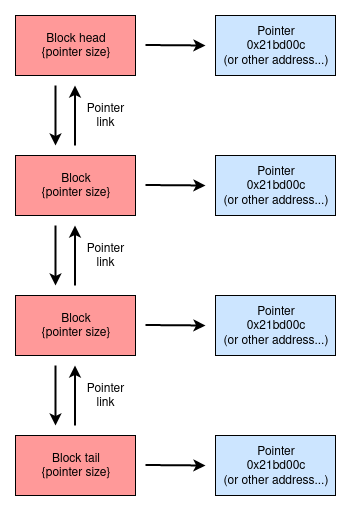
The draw.io diagram schema.png in Kbz-8/KAS, before a commit. Source tidied: cells renumbered, new cells last; positions are measured from the earlier drawing's top-left corner, leaving out a move shared by most shapes.
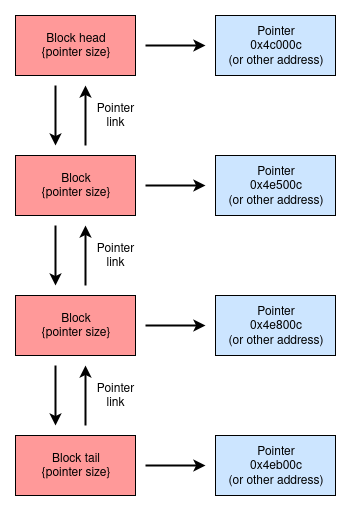
The same diagram one commit later.

Commit message:
modifying diagram

What changed in the source:
```diff
@@ -5,95 +5,95 @@
     <mxCell id="2" value="&lt;div&gt;Block head&lt;/div&gt;&lt;div&gt;{pointer size}&lt;br&gt;&lt;/div&gt;" style="rounded=0;whiteSpace=wrap;html=1;fillColor=#FF9999;" parent="1" vertex="1">
       <mxGeometry width="120" height="60" as="geometry" />
     </mxCell>
-    <mxCell id="3" style="endArrow=classic;html=1;strokeWidth=2;" parent="1" edge="1">
-      <mxGeometry relative="1" as="geometry">
-        <mxPoint x="130" y="29.5" as="sourcePoint" />
-        <mxPoint x="190" y="30" as="targetPoint" />
-      </mxGeometry>
-    </mxCell>
-    <mxCell id="4" value="&lt;div&gt;Pointer&lt;/div&gt;&lt;div&gt;0x21bd00c&lt;/div&gt;&lt;div&gt;(or other address...)&lt;br&gt;&lt;/div&gt;" style="rounded=0;whiteSpace=wrap;html=1;fillColor=#CCE5FF;" parent="1" vertex="1">
-      <mxGeometry x="200" width="120" height="60" as="geometry" />
-    </mxCell>
-    <mxCell id="5" style="endArrow=classic;html=1;strokeWidth=2;" parent="1" edge="1">
-      <mxGeometry relative="1" as="geometry">
-        <mxPoint x="40" y="70" as="sourcePoint" />
-        <mxPoint x="40" y="130" as="targetPoint" />
-      </mxGeometry>
-    </mxCell>
-    <mxCell id="6" style="endArrow=classic;html=1;strokeWidth=2;" parent="1" edge="1">
-      <mxGeometry relative="1" as="geometry">
-        <mxPoint x="59.5" y="130" as="sourcePoint" />
-        <mxPoint x="59.5" y="70" as="targetPoint" />
-      </mxGeometry>
-    </mxCell>
-    <mxCell id="7" value="Pointer link" style="text;html=1;strokeColor=none;fillColor=none;align=center;verticalAlign=middle;whiteSpace=wrap;rounded=0;" parent="1" vertex="1">
-      <mxGeometry x="70" y="90" width="40" height="20" as="geometry" />
-    </mxCell>
+    <mxCell id="23" style="endArrow=classic;html=1;strokeWidth=2;" parent="1" edge="1">
+      <mxGeometry relative="1" as="geometry">
+        <mxPoint x="130" y="30" as="sourcePoint" />
+        <mxPoint x="190" y="30" as="targetPoint" />
+      </mxGeometry>
+    </mxCell>
+    <mxCell id="24" value="&lt;div&gt;Pointer&lt;/div&gt;&lt;div&gt;0x4c000c&lt;/div&gt;&lt;div&gt;(or other address)&lt;br&gt;&lt;/div&gt;" style="rounded=0;whiteSpace=wrap;html=1;fillColor=#CCE5FF;" parent="1" vertex="1">
+      <mxGeometry x="200" width="120" height="60" as="geometry" />
+    </mxCell>
+    <mxCell id="25" style="endArrow=classic;html=1;strokeWidth=2;" parent="1" edge="1">
+      <mxGeometry relative="1" as="geometry">
+        <mxPoint x="40" y="70" as="sourcePoint" />
+        <mxPoint x="40" y="130" as="targetPoint" />
+      </mxGeometry>
+    </mxCell>
+    <mxCell id="26" style="endArrow=classic;html=1;strokeWidth=2;" parent="1" edge="1">
+      <mxGeometry relative="1" as="geometry">
+        <mxPoint x="70" y="130" as="sourcePoint" />
+        <mxPoint x="70" y="70" as="targetPoint" />
+      </mxGeometry>
+    </mxCell>
+    <mxCell id="27" value="Pointer link" style="text;html=1;strokeColor=none;fillColor=none;align=center;verticalAlign=middle;whiteSpace=wrap;rounded=0;" parent="1" vertex="1">
+      <mxGeometry x="80" y="90" width="40" height="20" as="geometry" />
+    </mxCell>
     <mxCell id="8" value="&lt;div&gt;Block&lt;br&gt;&lt;/div&gt;&lt;div&gt;{pointer size}&lt;br&gt;&lt;/div&gt;" style="rounded=0;whiteSpace=wrap;html=1;fillColor=#FF9999;" parent="1" vertex="1">
       <mxGeometry y="140" width="120" height="60" as="geometry" />
     </mxCell>
-    <mxCell id="9" style="endArrow=classic;html=1;strokeWidth=2;" parent="1" edge="1">
-      <mxGeometry relative="1" as="geometry">
-        <mxPoint x="130" y="169.5" as="sourcePoint" />
-        <mxPoint x="190" y="170" as="targetPoint" />
-      </mxGeometry>
-    </mxCell>
-    <mxCell id="10" value="&lt;div&gt;Pointer&lt;/div&gt;&lt;div&gt;0x21bd00c&lt;/div&gt;&lt;div&gt;(or other address...)&lt;br&gt;&lt;/div&gt;" style="rounded=0;whiteSpace=wrap;html=1;fillColor=#CCE5FF;" parent="1" vertex="1">
-      <mxGeometry x="200" y="140" width="120" height="60" as="geometry" />
-    </mxCell>
-    <mxCell id="11" style="endArrow=classic;html=1;strokeWidth=2;" parent="1" edge="1">
-      <mxGeometry relative="1" as="geometry">
-        <mxPoint x="40" y="210" as="sourcePoint" />
-        <mxPoint x="40" y="270" as="targetPoint" />
-      </mxGeometry>
-    </mxCell>
-    <mxCell id="12" style="endArrow=classic;html=1;strokeWidth=2;" parent="1" edge="1">
-      <mxGeometry relative="1" as="geometry">
-        <mxPoint x="59.5" y="270" as="sourcePoint" />
-        <mxPoint x="59.5" y="210" as="targetPoint" />
-      </mxGeometry>
-    </mxCell>
-    <mxCell id="13" value="Pointer link" style="text;html=1;strokeColor=none;fillColor=none;align=center;verticalAlign=middle;whiteSpace=wrap;rounded=0;" parent="1" vertex="1">
-      <mxGeometry x="70" y="230" width="40" height="20" as="geometry" />
-    </mxCell>
+    <mxCell id="28" style="endArrow=classic;html=1;strokeWidth=2;" parent="1" edge="1">
+      <mxGeometry relative="1" as="geometry">
+        <mxPoint x="130" y="170" as="sourcePoint" />
+        <mxPoint x="190" y="170" as="targetPoint" />
+      </mxGeometry>
+    </mxCell>
+    <mxCell id="29" value="&lt;div&gt;Pointer&lt;/div&gt;&lt;div&gt;0x4e500c&lt;/div&gt;&lt;div&gt;(or other address)&lt;br&gt;&lt;/div&gt;" style="rounded=0;whiteSpace=wrap;html=1;fillColor=#CCE5FF;" parent="1" vertex="1">
+      <mxGeometry x="200" y="140" width="120" height="60" as="geometry" />
+    </mxCell>
+    <mxCell id="30" style="endArrow=classic;html=1;strokeWidth=2;" parent="1" edge="1">
+      <mxGeometry relative="1" as="geometry">
+        <mxPoint x="40" y="210" as="sourcePoint" />
+        <mxPoint x="40" y="270" as="targetPoint" />
+      </mxGeometry>
+    </mxCell>
+    <mxCell id="31" style="endArrow=classic;html=1;strokeWidth=2;" parent="1" edge="1">
+      <mxGeometry relative="1" as="geometry">
+        <mxPoint x="70" y="270" as="sourcePoint" />
+        <mxPoint x="70" y="210" as="targetPoint" />
+      </mxGeometry>
+    </mxCell>
+    <mxCell id="32" value="Pointer link" style="text;html=1;strokeColor=none;fillColor=none;align=center;verticalAlign=middle;whiteSpace=wrap;rounded=0;" parent="1" vertex="1">
+      <mxGeometry x="80" y="230" width="40" height="20" as="geometry" />
+    </mxCell>
     <mxCell id="14" value="&lt;div&gt;Block&lt;br&gt;&lt;/div&gt;&lt;div&gt;{pointer size}&lt;br&gt;&lt;/div&gt;" style="rounded=0;whiteSpace=wrap;html=1;fillColor=#FF9999;" parent="1" vertex="1">
       <mxGeometry y="280" width="120" height="60" as="geometry" />
     </mxCell>
-    <mxCell id="15" style="endArrow=classic;html=1;strokeWidth=2;" parent="1" edge="1">
-      <mxGeometry relative="1" as="geometry">
-        <mxPoint x="130" y="309.5" as="sourcePoint" />
-        <mxPoint x="190" y="310" as="targetPoint" />
-      </mxGeometry>
-    </mxCell>
-    <mxCell id="16" value="&lt;div&gt;Pointer&lt;/div&gt;&lt;div&gt;0x21bd00c&lt;/div&gt;&lt;div&gt;(or other address...)&lt;br&gt;&lt;/div&gt;" style="rounded=0;whiteSpace=wrap;html=1;fillColor=#CCE5FF;" parent="1" vertex="1">
-      <mxGeometry x="200" y="280" width="120" height="60" as="geometry" />
-    </mxCell>
-    <mxCell id="17" style="endArrow=classic;html=1;strokeWidth=2;" parent="1" edge="1">
-      <mxGeometry relative="1" as="geometry">
-        <mxPoint x="40" y="350" as="sourcePoint" />
-        <mxPoint x="40" y="410" as="targetPoint" />
-      </mxGeometry>
-    </mxCell>
-    <mxCell id="18" style="endArrow=classic;html=1;strokeWidth=2;" parent="1" edge="1">
-      <mxGeometry relative="1" as="geometry">
-        <mxPoint x="59.5" y="410" as="sourcePoint" />
-        <mxPoint x="59.5" y="350" as="targetPoint" />
-      </mxGeometry>
-    </mxCell>
-    <mxCell id="19" value="Pointer link" style="text;html=1;strokeColor=none;fillColor=none;align=center;verticalAlign=middle;whiteSpace=wrap;rounded=0;" parent="1" vertex="1">
-      <mxGeometry x="70" y="370" width="40" height="20" as="geometry" />
-    </mxCell>
+    <mxCell id="33" style="endArrow=classic;html=1;strokeWidth=2;" parent="1" edge="1">
+      <mxGeometry relative="1" as="geometry">
+        <mxPoint x="130" y="310" as="sourcePoint" />
+        <mxPoint x="190" y="310" as="targetPoint" />
+      </mxGeometry>
+    </mxCell>
+    <mxCell id="34" value="&lt;div&gt;Pointer&lt;/div&gt;&lt;div&gt;0x4e800c&lt;/div&gt;&lt;div&gt;(or other address)&lt;br&gt;&lt;/div&gt;" style="rounded=0;whiteSpace=wrap;html=1;fillColor=#CCE5FF;" parent="1" vertex="1">
+      <mxGeometry x="200" y="280" width="120" height="60" as="geometry" />
+    </mxCell>
+    <mxCell id="35" style="endArrow=classic;html=1;strokeWidth=2;" parent="1" edge="1">
+      <mxGeometry relative="1" as="geometry">
+        <mxPoint x="40" y="350" as="sourcePoint" />
+        <mxPoint x="40" y="410" as="targetPoint" />
+      </mxGeometry>
+    </mxCell>
+    <mxCell id="36" style="endArrow=classic;html=1;strokeWidth=2;" parent="1" edge="1">
+      <mxGeometry relative="1" as="geometry">
+        <mxPoint x="70" y="410" as="sourcePoint" />
+        <mxPoint x="70" y="350" as="targetPoint" />
+      </mxGeometry>
+    </mxCell>
+    <mxCell id="37" value="Pointer link" style="text;html=1;strokeColor=none;fillColor=none;align=center;verticalAlign=middle;whiteSpace=wrap;rounded=0;" parent="1" vertex="1">
+      <mxGeometry x="80" y="370" width="40" height="20" as="geometry" />
+    </mxCell>
-    <mxCell id="20" value="&lt;div&gt;Block tail&lt;/div&gt;&lt;div&gt;{pointer size}&lt;br&gt;&lt;/div&gt;" style="rounded=0;whiteSpace=wrap;html=1;fillColor=#FF9999;" parent="1" vertex="1">
+    <mxCell id="20" value="&lt;div&gt;Block tail&lt;br&gt;&lt;/div&gt;&lt;div&gt;{pointer size}&lt;br&gt;&lt;/div&gt;" style="rounded=0;whiteSpace=wrap;html=1;fillColor=#FF9999;" parent="1" vertex="1">
       <mxGeometry y="420" width="120" height="60" as="geometry" />
     </mxCell>
-    <mxCell id="21" style="endArrow=classic;html=1;strokeWidth=2;" parent="1" edge="1">
-      <mxGeometry relative="1" as="geometry">
-        <mxPoint x="130" y="449.5" as="sourcePoint" />
-        <mxPoint x="190" y="450" as="targetPoint" />
-      </mxGeometry>
-    </mxCell>
-    <mxCell id="22" value="&lt;div&gt;Pointer&lt;/div&gt;&lt;div&gt;0x21bd00c&lt;/div&gt;&lt;div&gt;(or other address...)&lt;br&gt;&lt;/div&gt;" style="rounded=0;whiteSpace=wrap;html=1;fillColor=#CCE5FF;" parent="1" vertex="1">
-      <mxGeometry x="200" y="420" width="120" height="60" as="geometry" />
-    </mxCell>
+    <mxCell id="38" style="endArrow=classic;html=1;strokeWidth=2;" parent="1" edge="1">
+      <mxGeometry relative="1" as="geometry">
+        <mxPoint x="130" y="450" as="sourcePoint" />
+        <mxPoint x="190" y="450" as="targetPoint" />
+      </mxGeometry>
+    </mxCell>
+    <mxCell id="39" value="&lt;div&gt;Pointer&lt;/div&gt;&lt;div&gt;0x4eb00c&lt;/div&gt;&lt;div&gt;(or other address)&lt;br&gt;&lt;/div&gt;" style="rounded=0;whiteSpace=wrap;html=1;fillColor=#CCE5FF;" parent="1" vertex="1">
+      <mxGeometry x="200" y="420" width="120" height="60" as="geometry" />
+    </mxCell>
   </root>
 </mxGraphModel>
```
